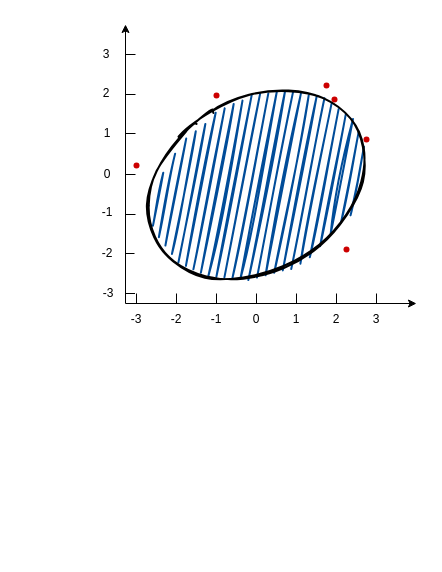
This is 未命名绘图椭圆.drawio from balllightnings/draw, a draw.io file, before an edit. Source tidied: cells renumbered, new cells numbered last; positions are measured from the earlier drawing's top-left corner, leaving out a move shared by most shapes. Both pictures are drawn from the tidied source at 100%, with x=0, y=0 at pixel (76, 24).
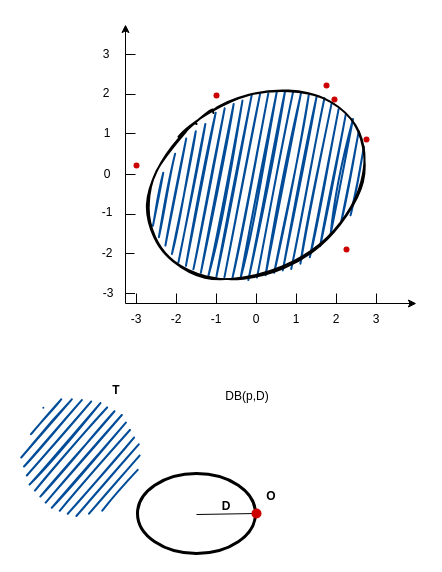
After the change.

Commit message (it also covers changes not shown here):
更新未命名绘图椭圆.drawio

What changed in the source:
```diff
@@
+    <mxCell id="40" style="endArrow=none;html=1;rounded=0;entryDx=0;entryDy=0;endFill=0;" parent="1" edge="1" target="45">
+      <mxGeometry relative="1" as="geometry">
+        <mxPoint x="120" y="490" as="sourcePoint" />
+      </mxGeometry>
+    </mxCell>
@@
+    <mxCell id="41" style="ellipse;whiteSpace=wrap;html=1;strokeWidth=0;fillWeight=2;hachureGap=8;fillColor=#004C99;fillStyle=dots;sketch=1;dashed=1;dashPattern=1 4;strokeColor=none;" parent="1" vertex="1">
+      <mxGeometry x="-59" y="374" width="120" height="113" as="geometry" />
+    </mxCell>
+    <mxCell id="42" value="&lt;b&gt;T&lt;/b&gt;" style="text;html=1;strokeColor=none;fillColor=none;align=center;verticalAlign=middle;whiteSpace=wrap;rounded=0;dashed=1;dashPattern=1 4;" parent="1" vertex="1">
+      <mxGeometry x="10" y="351" width="60" height="30" as="geometry" />
+    </mxCell>
+    <mxCell id="43" style="ellipse;whiteSpace=wrap;html=1;strokeColor=#000000;strokeWidth=3;fillColor=none;" parent="1" vertex="1">
+      <mxGeometry x="61" y="449" width="118" height="80" as="geometry" />
+    </mxCell>
+    <mxCell id="44" style="endArrow=oval;html=1;rounded=0;entryX=1;entryY=0.5;entryDx=0;entryDy=0;endFill=0;startArrow=none;" parent="1" edge="1" source="45" target="43">
+      <mxGeometry relative="1" as="geometry" />
+    </mxCell>
+    <mxCell id="45" style="shape=waypoint;sketch=0;fillStyle=solid;size=6;points=[];fillColor=none;perimeter=centerPerimeter;snapToPoint=1;strokeColor=#CC0000;strokeWidth=3;" parent="1" vertex="1">
+      <mxGeometry x="160" y="469" width="40" height="40" as="geometry" />
+    </mxCell>
+    <mxCell id="46" value="&lt;b&gt;D&lt;/b&gt;" style="text;html=1;strokeColor=none;fillColor=none;align=center;verticalAlign=middle;whiteSpace=wrap;rounded=0;" parent="1" vertex="1">
+      <mxGeometry x="120" y="467" width="60" height="30" as="geometry" />
+    </mxCell>
+    <mxCell id="47" value="DB(p,D)" style="text;html=1;strokeColor=none;fillColor=none;align=center;verticalAlign=middle;whiteSpace=wrap;rounded=0;" parent="1" vertex="1">
+      <mxGeometry x="141" y="357" width="60" height="30" as="geometry" />
+    </mxCell>
+    <mxCell id="48" value="&lt;b&gt;O&lt;/b&gt;" style="text;html=1;strokeColor=none;fillColor=none;align=center;verticalAlign=middle;whiteSpace=wrap;rounded=0;" parent="1" vertex="1">
+      <mxGeometry x="165" y="457" width="60" height="30" as="geometry" />
+    </mxCell>
```
